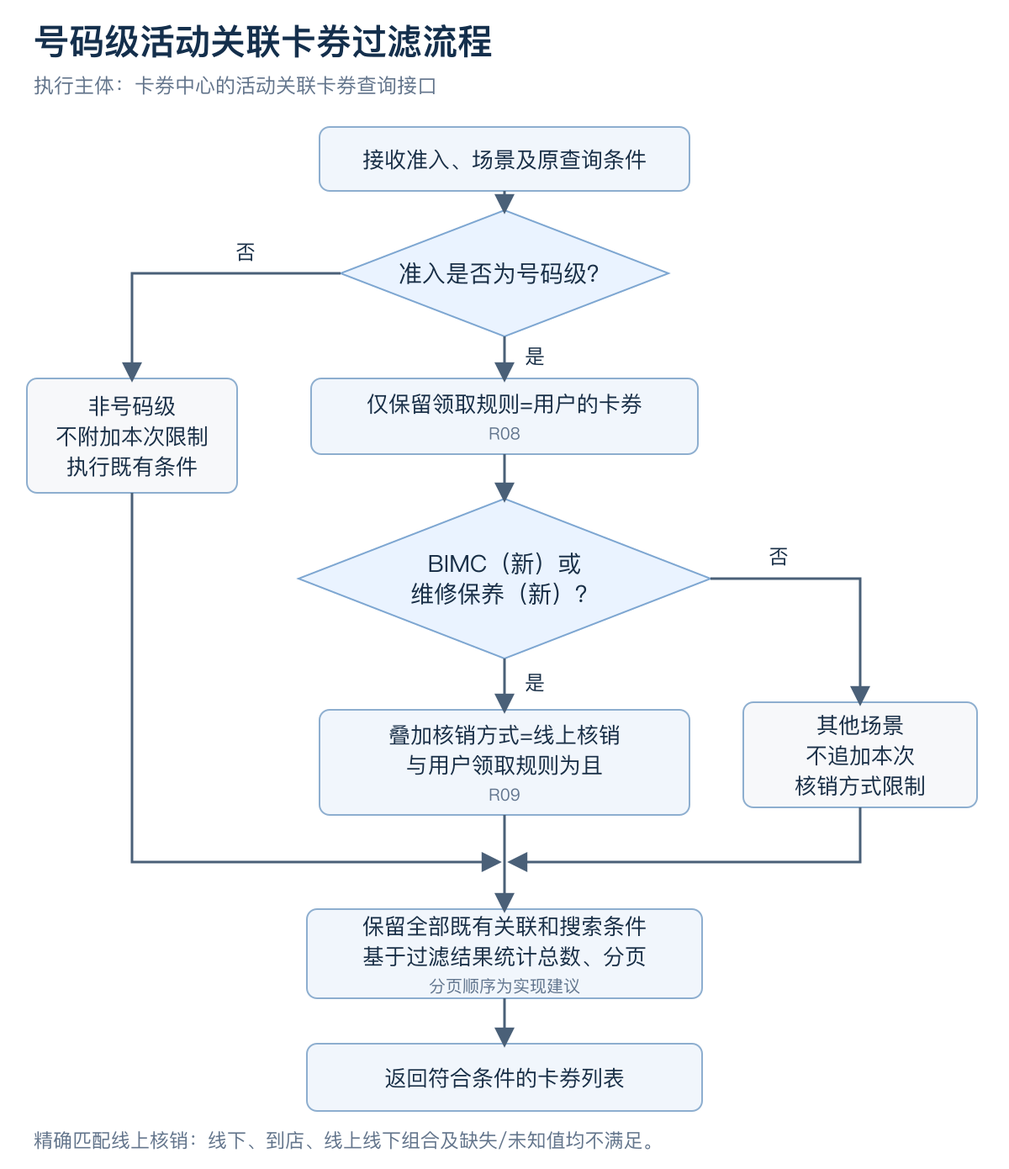
Above: retention-activity/docs/流程图/02_卡券过滤流程.png in huanghaofa/combo-activity-tiered-claim-prototype (Mermaid), before the change. Its source is kept beside it as retention-activity/docs/流程图/02_卡券过滤流程.mmd. Its diagram source:
```mermaid
flowchart TD
  Q0[接收准入、场景及原查询条件] --> D1{准入是否为号码级？}
  D1 -->|是| Q1[仅保留领取规则=用户 R08]
  D1 -->|否| Q2[不附加本次限制；执行既有条件]
  Q1 --> D2{BIMC（新）或维修保养（新）？}
  D2 -->|是| Q3[叠加核销方式=线上核销；与用户规则为且 R09]
  D2 -->|否| Q4[其他场景不追加本次核销限制]
  Q2 --> Q5[保留既有关联和搜索条件；建议过滤后统计总数和分页]
  Q3 --> Q5
  Q4 --> Q5
  Q5 --> Q6[返回符合条件的卡券列表]
```
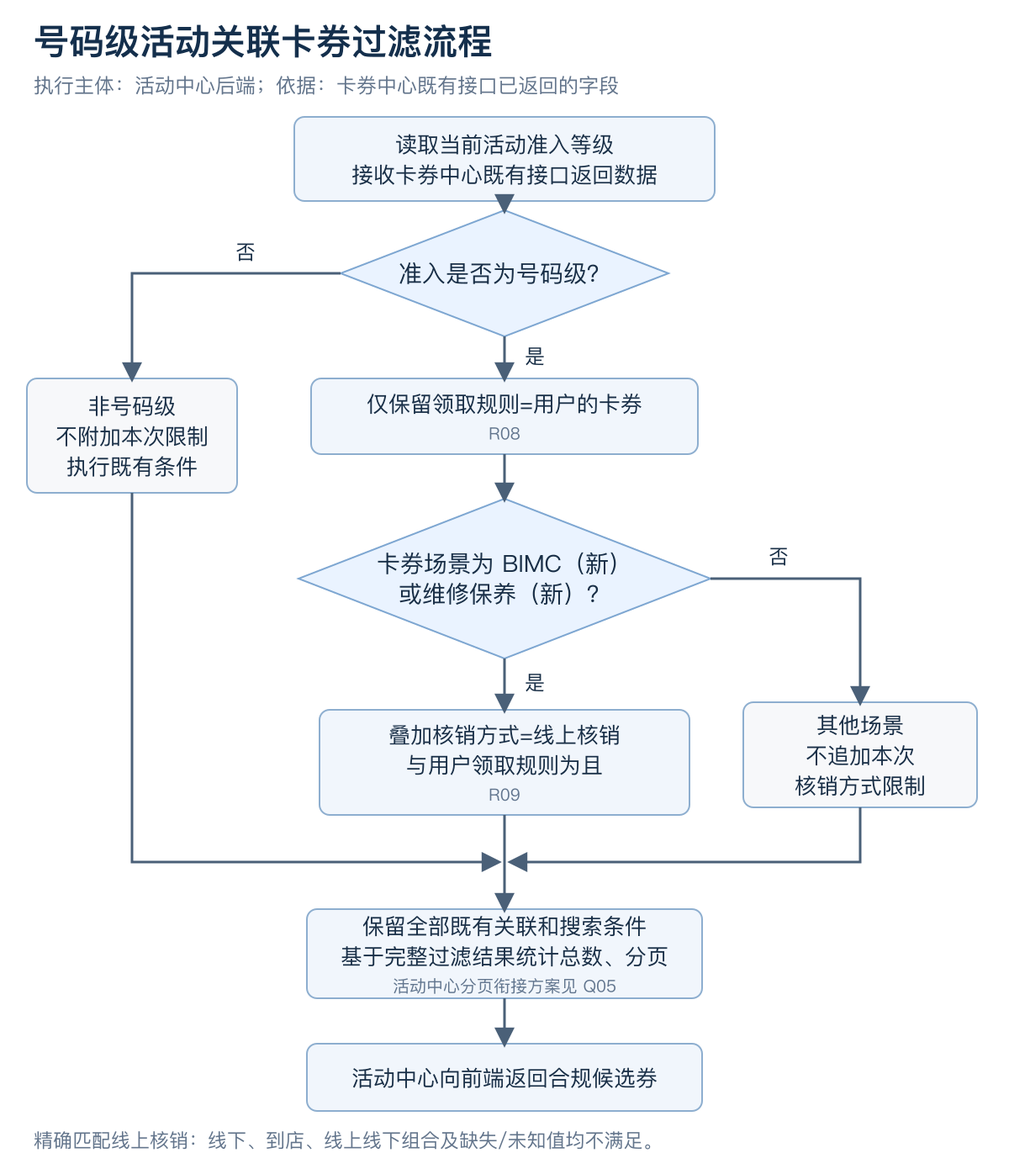
Above is the later version.

Change to the diagram source:
```diff
@@ -1,11 +1,13 @@
 flowchart TD
-  Q0[接收准入、场景及原查询条件] --> D1{准入是否为号码级？}
-  D1 -->|是| Q1[仅保留领取规则=用户 R08]
-  D1 -->|否| Q2[不附加本次限制；执行既有条件]
-  Q1 --> D2{BIMC（新）或维修保养（新）？}
-  D2 -->|是| Q3[叠加核销方式=线上核销；与用户规则为且 R09]
-  D2 -->|否| Q4[其他场景不追加本次核销限制]
-  Q2 --> Q5[保留既有关联和搜索条件；建议过滤后统计总数和分页]
-  Q3 --> Q5
-  Q4 --> Q5
-  Q5 --> Q6[返回符合条件的卡券列表]
+  subgraph BE[活动中心后端执行过滤]
+    Q0[读取当前活动准入；接收卡券中心既有接口返回字段] --> D1{准入是否为号码级？}
+    D1 -->|是| Q1[仅保留领取规则=用户 R08]
+    D1 -->|否| Q2[不附加本次限制；执行既有条件]
+    Q1 --> D2{卡券场景为BIMC（新）或维修保养（新）？}
+    D2 -->|是| Q3[叠加核销方式=线上核销；与用户规则为且 R09]
+    D2 -->|否| Q4[其他场景不追加本次核销限制]
+    Q2 --> Q5[保留既有关联和搜索条件；基于完整过滤结果统计总数和分页；方案见Q05]
+    Q3 --> Q5
+    Q4 --> Q5
+    Q5 --> Q6[向管理后台返回合规候选券]
+  end
```
